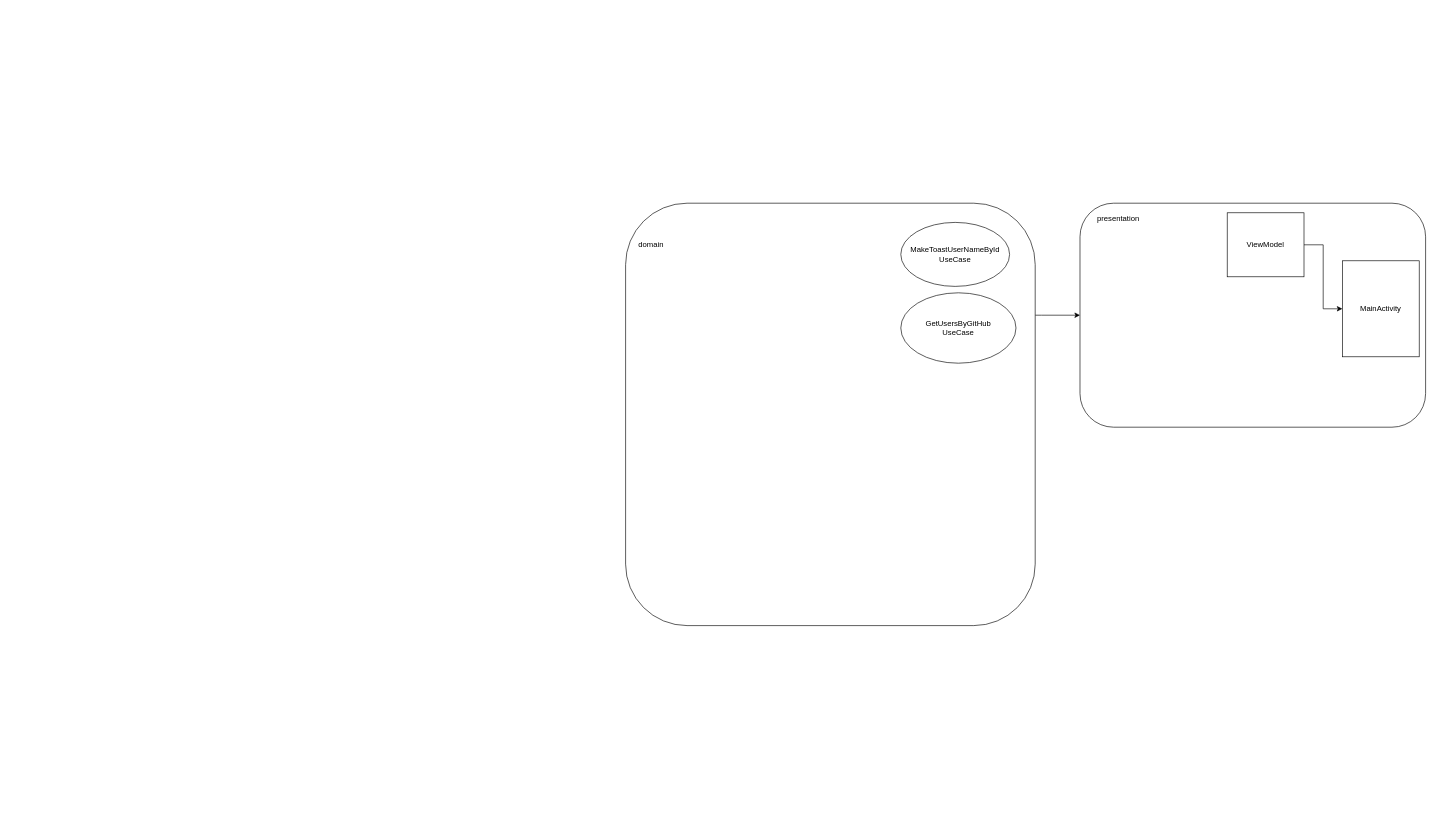
den-mraz/GitUsersApp keeps this draw.io diagram as GitUsers.drawio. Above is the earlier version. Source tidied: cells renumbered, new cells numbered last; positions are measured from the earlier drawing's top-left corner, leaving out a move shared by most shapes. Both pictures are drawn from the tidied source at 64%, with x=0, y=0 at pixel (625, 203).
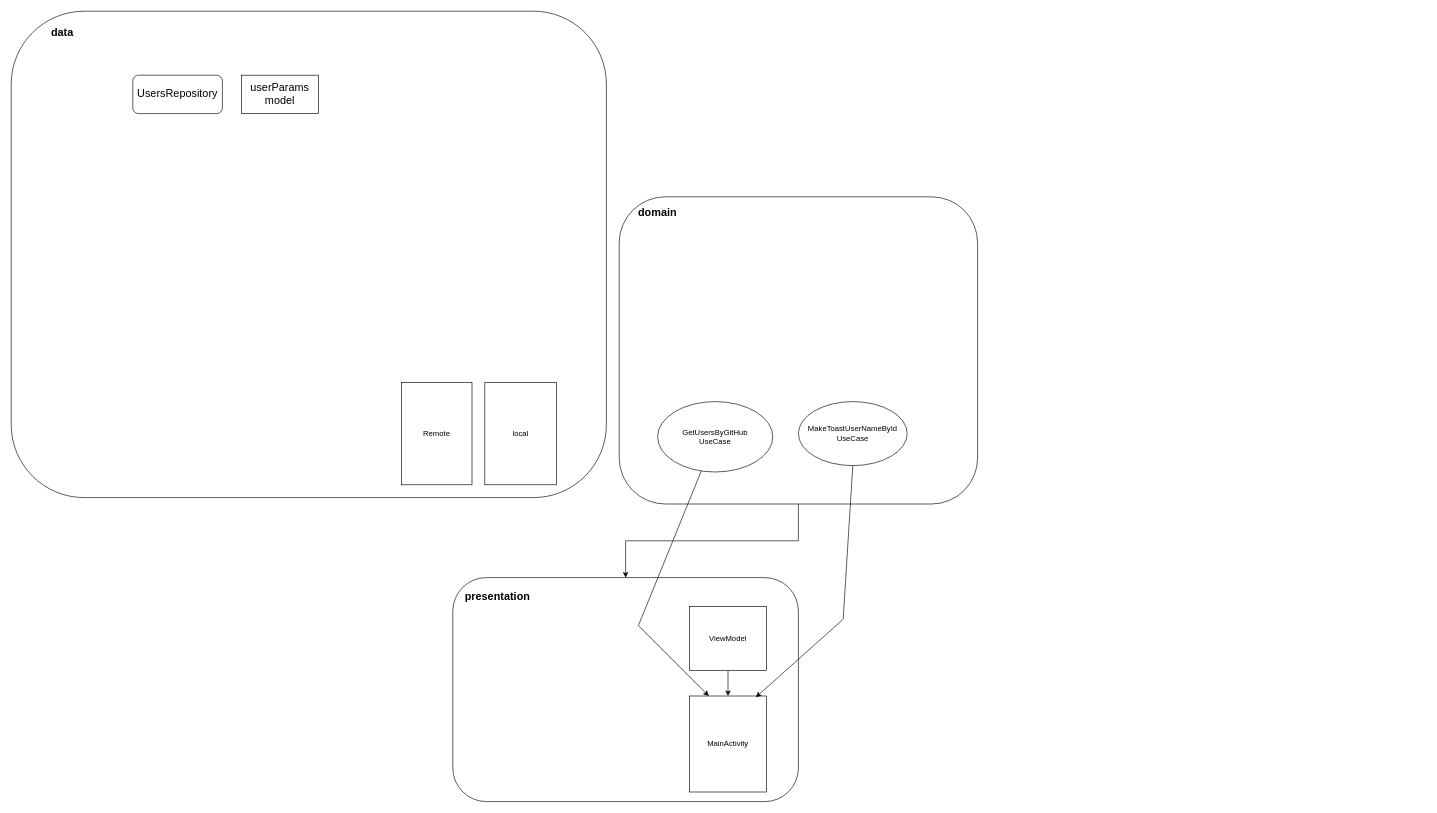
The same diagram, later.

Change to the diagram source:
```diff
@@
-    <mxCell id="2" style="edgeStyle=orthogonalEdgeStyle;rounded=0;jettySize=auto;html=1;entryX=0;entryY=0.5;entryDx=0;entryDy=0;" parent="1" edge="1" source="3" target="5">
-      <mxGeometry relative="1" as="geometry">
-        <Array as="points">
-          <mxPoint x="650" y="175" />
-          <mxPoint x="650" y="175" />
-        </Array>
-      </mxGeometry>
+    <mxCell id="2" style="edgeStyle=orthogonalEdgeStyle;rounded=0;jettySize=auto;html=1;" parent="1" edge="1" source="3" target="5">
+      <mxGeometry relative="1" as="geometry" />
     </mxCell>
     <mxCell id="3" style="rounded=1;whiteSpace=wrap;html=1;" parent="1" vertex="1">
-      <mxGeometry width="640" height="660" as="geometry" />
+      <mxGeometry x="-10" y="-10" width="560" height="480" as="geometry" />
     </mxCell>
-    <mxCell id="4" value="domain" style="text;html=1;strokeColor=none;fillColor=none;align=center;verticalAlign=middle;whiteSpace=wrap;rounded=0;" parent="1" vertex="1">
-      <mxGeometry x="10" y="50" width="60" height="30" as="geometry" />
+    <mxCell id="4" value="domain" style="text;html=1;strokeColor=none;fillColor=none;align=center;verticalAlign=middle;whiteSpace=wrap;rounded=0;fontSize=17;fontStyle=1;" parent="1" vertex="1">
+      <mxGeometry x="20" width="60" height="30" as="geometry" />
     </mxCell>
     <mxCell id="5" style="rounded=1;whiteSpace=wrap;html=1;" parent="1" vertex="1">
-      <mxGeometry x="710" width="540" height="350" as="geometry" />
+      <mxGeometry x="-270" y="585" width="540" height="350" as="geometry" />
     </mxCell>
-    <mxCell id="6" value="presentation" style="text;html=1;strokeColor=none;fillColor=none;align=center;verticalAlign=middle;whiteSpace=wrap;rounded=0;" parent="1" vertex="1">
-      <mxGeometry x="740" y="10" width="60" height="30" as="geometry" />
+    <mxCell id="6" value="presentation" style="text;html=1;strokeColor=none;fillColor=none;align=center;verticalAlign=middle;whiteSpace=wrap;rounded=0;fontStyle=1;fontSize=17;" parent="1" vertex="1">
+      <mxGeometry x="-230" y="600" width="60" height="30" as="geometry" />
     </mxCell>
@@
     <mxCell id="8" value="ViewModel" style="rounded=0;whiteSpace=wrap;html=1;" parent="1" vertex="1">
-      <mxGeometry x="940" y="15" width="120" height="100" as="geometry" />
+      <mxGeometry x="100" y="630" width="120" height="100" as="geometry" />
     </mxCell>
     <mxCell id="9" value="MainActivity" style="rounded=0;whiteSpace=wrap;html=1;" parent="1" vertex="1">
-      <mxGeometry x="1120" y="90" width="120" height="150" as="geometry" />
+      <mxGeometry x="100" y="770" width="120" height="150" as="geometry" />
     </mxCell>
     <mxCell id="10" value="MakeToastUserNameById&lt;br&gt;UseCase" style="ellipse;whiteSpace=wrap;html=1;" parent="1" vertex="1">
-      <mxGeometry x="430" y="30" width="170" height="100" as="geometry" />
+      <mxGeometry x="270" y="310" width="170" height="100" as="geometry" />
     </mxCell>
     <mxCell id="11" value="GetUsersByGitHub&lt;br&gt;UseCase" style="ellipse;whiteSpace=wrap;html=1;" parent="1" vertex="1">
-      <mxGeometry x="430" y="140" width="180" height="110" as="geometry" />
+      <mxGeometry x="50" y="310" width="180" height="110" as="geometry" />
     </mxCell>
+    <mxCell id="12" style="rounded=1;whiteSpace=wrap;html=1;" parent="1" vertex="1">
+      <mxGeometry x="-960" y="-300" width="930" height="760" as="geometry" />
+    </mxCell>
+    <mxCell id="13" value="data" style="text;html=1;strokeColor=none;fillColor=none;align=center;verticalAlign=middle;whiteSpace=wrap;rounded=0;fontSize=17;fontStyle=1;" parent="1" vertex="1">
+      <mxGeometry x="-910" y="-280" width="60" height="30" as="geometry" />
+    </mxCell>
+    <mxCell id="14" value="Remote" style="rounded=0;whiteSpace=wrap;html=1;" parent="1" vertex="1">
+      <mxGeometry x="-350" y="280" width="110" height="160" as="geometry" />
+    </mxCell>
+    <mxCell id="15" value="local" style="rounded=0;whiteSpace=wrap;html=1;" parent="1" vertex="1">
+      <mxGeometry x="-220" y="280" width="112" height="160" as="geometry" />
+    </mxCell>
+    <mxCell id="16" value="userParams&lt;br&gt;model" style="rounded=0;whiteSpace=wrap;html=1;fontSize=17;" parent="1" vertex="1">
+      <mxGeometry x="-600" y="-200" width="120" height="60" as="geometry" />
+    </mxCell>
+    <mxCell id="17" style="endArrow=classic;html=1;rounded=0;fontSize=17;exitX=0.5;exitY=1;exitDx=0;exitDy=0;entryX=0.863;entryY=0.013;entryDx=0;entryDy=0;entryPerimeter=0;" parent="1" edge="1" source="10" target="9">
+      <mxGeometry relative="1" as="geometry">
+        <Array as="points">
+          <mxPoint x="340" y="650" />
+        </Array>
+      </mxGeometry>
+    </mxCell>
+    <mxCell id="18" style="endArrow=classic;html=1;rounded=0;fontSize=17;entryX=0.25;entryY=0;entryDx=0;entryDy=0;" parent="1" edge="1" source="11" target="9">
+      <mxGeometry relative="1" as="geometry">
+        <Array as="points">
+          <mxPoint x="20" y="660" />
+        </Array>
+      </mxGeometry>
+    </mxCell>
+    <mxCell id="19" value="UsersRepository" style="rounded=1;whiteSpace=wrap;html=1;fontSize=17;" parent="1" vertex="1">
+      <mxGeometry x="-770" y="-200" width="140" height="60" as="geometry" />
+    </mxCell>
```
